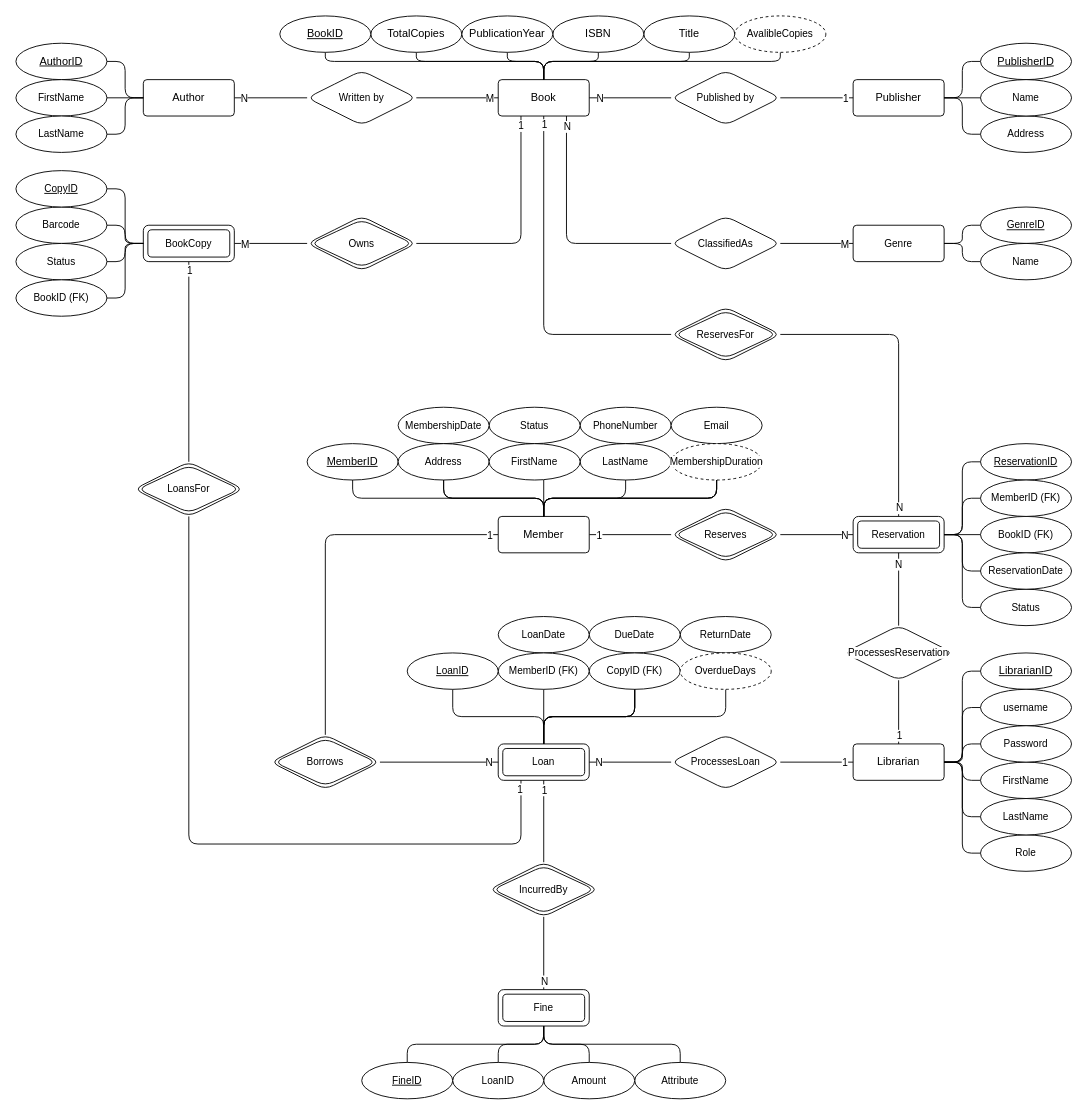
Above: Library_ERD.drawio in smallpax/City_Library_DB (draw.io), before the change. Source tidied: cells renumbered, new cells numbered last; positions are measured from the earlier drawing's top-left corner, leaving out a move shared by most shapes. Both pictures are drawn from the tidied source at 91%, with x=0, y=0 at pixel (15, 15).
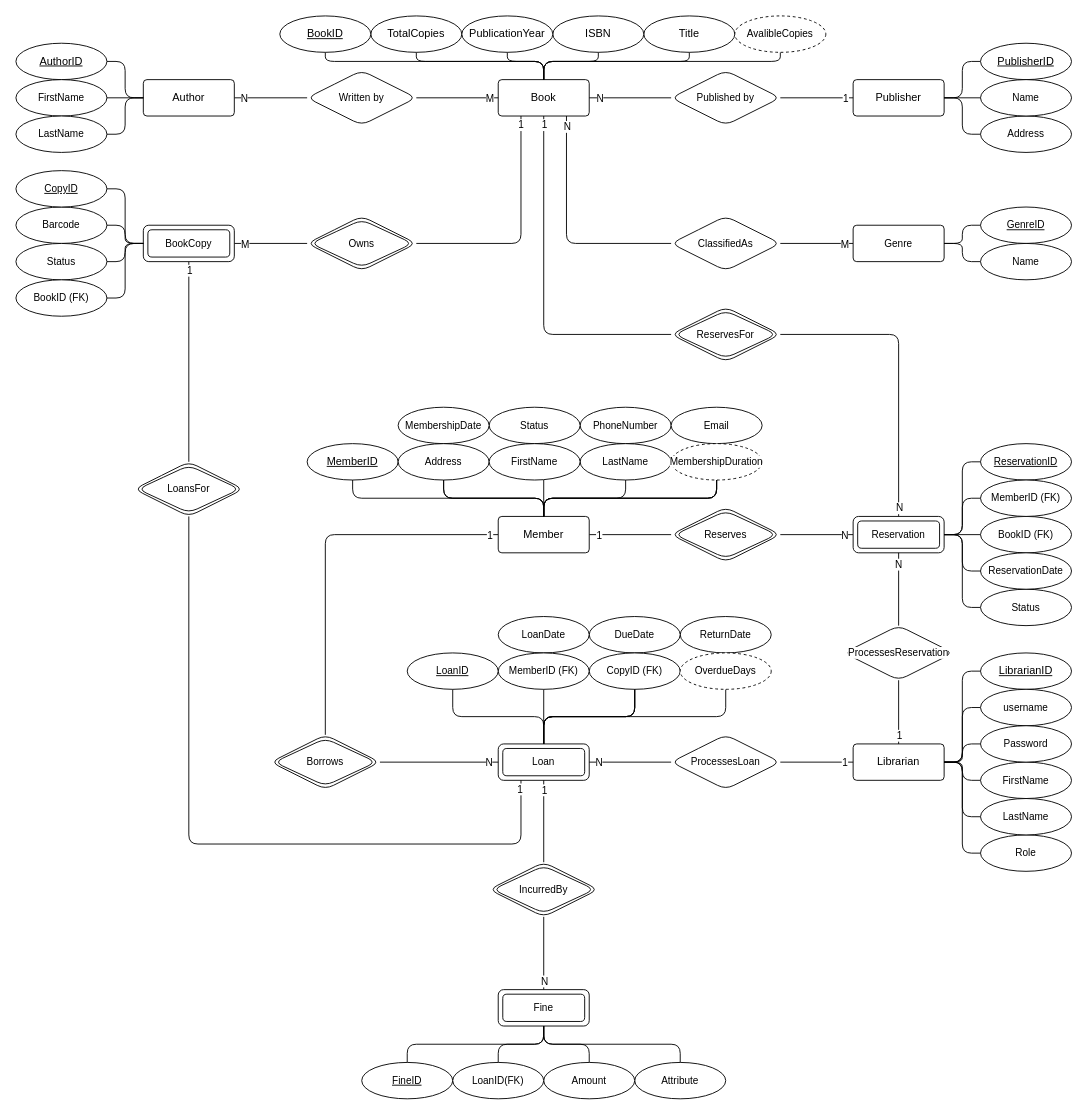
Above is the later version.

Unchanged cells that the change refers to:
```xml
<mxCell id="92" style="edgeStyle=orthogonalEdgeStyle;shape=connector;curved=0;rounded=1;html=1;entryX=0.25;entryY=1;entryDx=0;entryDy=0;strokeColor=default;align=center;verticalAlign=middle;fontFamily=Helvetica;fontSize=11;fontColor=default;labelBackgroundColor=default;endArrow=none;endFill=0;" parent="1" edge="1" source="94" target="2">
  <mxGeometry relative="1" as="geometry" />
</mxCell>
```

The edit, as a diff of the source:
```diff
@@
     <mxCell id="93" value="1" style="edgeLabel;html=1;align=center;verticalAlign=middle;fontFamily=Helvetica;fontSize=11;fontColor=default;labelBackgroundColor=default;" parent="92" vertex="1">
       <mxGeometry x="0.95" y="1" relative="1" as="geometry">
-        <mxPoint y="4" as="offset" />
+        <mxPoint y="3" as="offset" />
       </mxGeometry>
     </mxCell>
@@
-    <mxCell id="136" value="LoanID" style="ellipse;whiteSpace=wrap;html=1;align=center;fontFamily=Helvetica;fontSize=11;fontColor=default;labelBackgroundColor=default;" parent="1" vertex="1">
+    <mxCell id="136" value="LoanID(FK)" style="ellipse;whiteSpace=wrap;html=1;align=center;fontFamily=Helvetica;fontSize=11;fontColor=default;labelBackgroundColor=default;" parent="1" vertex="1">
       <mxGeometry x="480" y="1150" width="100" height="40" as="geometry" />
     </mxCell>
```
